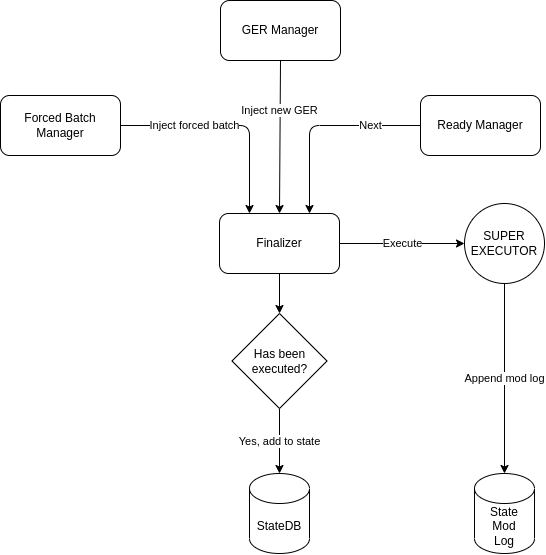
Above: docs/sequencer-finalizer.drawio.png in 0xPolygonHermez/zkevm-node (draw.io), before the change. Source tidied: cells renumbered, new cells last; positions are measured from the earlier drawing's top-left corner, leaving out a move shared by most shapes. Its diagram source:
```xml
<mxGraphModel>
  <root>
    <mxCell id="0" />
    <mxCell id="1" parent="0" />
    <mxCell id="2" value="State&lt;br&gt;Mod&lt;br&gt;Log" style="shape=cylinder3;whiteSpace=wrap;html=1;boundedLbl=1;backgroundOutline=1;size=15;" parent="1" vertex="1">
      <mxGeometry x="604" y="565" width="60" height="80" as="geometry" />
    </mxCell>
    <mxCell id="3" style="edgeStyle=none;rounded=1;html=1;exitX=0;exitY=0.75;exitDx=0;exitDy=0;entryX=1;entryY=0.5;entryDx=0;entryDy=0;entryPerimeter=0;" parent="1" edge="1" source="x">
      <mxGeometry relative="1" as="geometry">
        <mxPoint y="42.5" as="targetPoint" />
        <Array as="points">
          <mxPoint x="50" />
          <mxPoint x="50" y="42" />
        </Array>
      </mxGeometry>
    </mxCell>
    <mxCell id="4" value="Next" style="edgeStyle=none;rounded=1;html=1;exitX=0;exitY=0.5;exitDx=0;exitDy=0;entryX=0.75;entryY=0;entryDx=0;entryDy=0;" parent="1" edge="1" source="5" target="8">
      <mxGeometry x="-0.5" relative="1" as="geometry">
        <Array as="points">
          <mxPoint x="439" y="217" />
        </Array>
      </mxGeometry>
    </mxCell>
    <mxCell id="5" value="Ready Manager" style="rounded=1;whiteSpace=wrap;html=1;" parent="1" vertex="1">
      <mxGeometry x="550" y="187" width="120" height="60" as="geometry" />
    </mxCell>
    <mxCell id="6" value="Execute" style="edgeStyle=none;rounded=1;html=1;exitX=1;exitY=0.5;exitDx=0;exitDy=0;entryX=0;entryY=0.5;entryDx=0;entryDy=0;" parent="1" edge="1" source="8" target="10">
      <mxGeometry relative="1" as="geometry" />
    </mxCell>
    <mxCell id="7" style="edgeStyle=none;rounded=1;html=1;exitX=0.5;exitY=1;exitDx=0;exitDy=0;entryX=0.5;entryY=0;entryDx=0;entryDy=0;" parent="1" edge="1" source="8" target="12">
      <mxGeometry relative="1" as="geometry" />
    </mxCell>
    <mxCell id="8" value="Finalizer" style="rounded=1;whiteSpace=wrap;html=1;" parent="1" vertex="1">
      <mxGeometry x="349" y="305" width="120" height="60" as="geometry" />
    </mxCell>
    <mxCell id="9" value="Append mod log" style="edgeStyle=none;html=1;exitX=0.5;exitY=1;exitDx=0;exitDy=0;entryX=0.5;entryY=0;entryDx=0;entryDy=0;entryPerimeter=0;" parent="1" edge="1" source="10" target="2">
      <mxGeometry relative="1" as="geometry" />
    </mxCell>
    <mxCell id="10" value="SUPER&lt;br&gt;EXECUTOR" style="ellipse;whiteSpace=wrap;html=1;" parent="1" vertex="1">
      <mxGeometry x="594" y="295" width="80" height="80" as="geometry" />
    </mxCell>
    <mxCell id="11" value="Yes, add to state" style="edgeStyle=none;rounded=1;html=1;exitX=0.5;exitY=1;exitDx=0;exitDy=0;entryX=0.5;entryY=0;entryDx=0;entryDy=0;entryPerimeter=0;" parent="1" edge="1" source="12" target="13">
      <mxGeometry relative="1" as="geometry" />
    </mxCell>
    <mxCell id="12" value="Has been&lt;br&gt;executed?" style="rhombus;whiteSpace=wrap;html=1;" parent="1" vertex="1">
      <mxGeometry x="361.5" y="405" width="95" height="95" as="geometry" />
    </mxCell>
    <mxCell id="13" value="StateDB" style="shape=cylinder3;whiteSpace=wrap;html=1;boundedLbl=1;backgroundOutline=1;size=15;" parent="1" vertex="1">
      <mxGeometry x="379" y="565" width="60" height="80" as="geometry" />
    </mxCell>
    <mxCell id="14" value="Inject new GER" style="edgeStyle=none;html=1;exitX=0.5;exitY=1;exitDx=0;exitDy=0;entryX=0.5;entryY=0;entryDx=0;entryDy=0;" parent="1" edge="1" source="15" target="8">
      <mxGeometry x="-0.35" y="-1" relative="1" as="geometry" />
    </mxCell>
    <mxCell id="15" value="GER Manager" style="rounded=1;whiteSpace=wrap;html=1;" parent="1" vertex="1">
      <mxGeometry x="350" y="92" width="120" height="60" as="geometry" />
    </mxCell>
    <mxCell id="16" value="Inject forced batch" style="edgeStyle=none;rounded=1;html=1;exitX=1;exitY=0.5;exitDx=0;exitDy=0;entryX=0.25;entryY=0;entryDx=0;entryDy=0;" parent="1" edge="1" source="17" target="8">
      <mxGeometry x="-0.32" relative="1" as="geometry">
        <Array as="points">
          <mxPoint x="379" y="217" />
        </Array>
      </mxGeometry>
    </mxCell>
    <mxCell id="17" value="Forced Batch Manager" style="rounded=1;whiteSpace=wrap;html=1;" parent="1" vertex="1">
      <mxGeometry x="130" y="187" width="120" height="60" as="geometry" />
    </mxCell>
  </root>
</mxGraphModel>
```
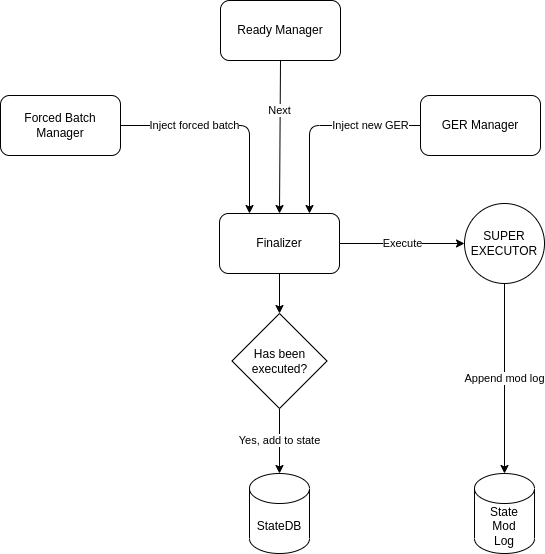
After the commit.

Change to the diagram source:
```diff
@@ -14,14 +14,14 @@
         </Array>
       </mxGeometry>
     </mxCell>
-    <mxCell id="4" value="Next" style="edgeStyle=none;rounded=1;html=1;exitX=0;exitY=0.5;exitDx=0;exitDy=0;entryX=0.75;entryY=0;entryDx=0;entryDy=0;" parent="1" edge="1" source="5" target="8">
+    <mxCell id="4" value="Inject new GER" style="edgeStyle=none;rounded=1;html=1;exitX=0;exitY=0.5;exitDx=0;exitDy=0;entryX=0.75;entryY=0;entryDx=0;entryDy=0;" parent="1" edge="1" source="5" target="8">
       <mxGeometry x="-0.5" relative="1" as="geometry">
         <Array as="points">
           <mxPoint x="439" y="217" />
         </Array>
       </mxGeometry>
     </mxCell>
-    <mxCell id="5" value="Ready Manager" style="rounded=1;whiteSpace=wrap;html=1;" parent="1" vertex="1">
+    <mxCell id="5" value="GER Manager" style="rounded=1;whiteSpace=wrap;html=1;" parent="1" vertex="1">
       <mxGeometry x="550" y="187" width="120" height="60" as="geometry" />
     </mxCell>
     <mxCell id="6" value="Execute" style="edgeStyle=none;rounded=1;html=1;exitX=1;exitY=0.5;exitDx=0;exitDy=0;entryX=0;entryY=0.5;entryDx=0;entryDy=0;" parent="1" edge="1" source="8" target="10">
@@ -48,10 +48,10 @@
     <mxCell id="13" value="StateDB" style="shape=cylinder3;whiteSpace=wrap;html=1;boundedLbl=1;backgroundOutline=1;size=15;" parent="1" vertex="1">
       <mxGeometry x="379" y="565" width="60" height="80" as="geometry" />
     </mxCell>
-    <mxCell id="14" value="Inject new GER" style="edgeStyle=none;html=1;exitX=0.5;exitY=1;exitDx=0;exitDy=0;entryX=0.5;entryY=0;entryDx=0;entryDy=0;" parent="1" edge="1" source="15" target="8">
+    <mxCell id="14" value="Next" style="edgeStyle=none;html=1;exitX=0.5;exitY=1;exitDx=0;exitDy=0;entryX=0.5;entryY=0;entryDx=0;entryDy=0;" parent="1" edge="1" source="15" target="8">
       <mxGeometry x="-0.35" y="-1" relative="1" as="geometry" />
     </mxCell>
-    <mxCell id="15" value="GER Manager" style="rounded=1;whiteSpace=wrap;html=1;" parent="1" vertex="1">
+    <mxCell id="15" value="Ready Manager" style="rounded=1;whiteSpace=wrap;html=1;" parent="1" vertex="1">
       <mxGeometry x="350" y="92" width="120" height="60" as="geometry" />
     </mxCell>
     <mxCell id="16" value="Inject forced batch" style="edgeStyle=none;rounded=1;html=1;exitX=1;exitY=0.5;exitDx=0;exitDy=0;entryX=0.25;entryY=0;entryDx=0;entryDy=0;" parent="1" edge="1" source="17" target="8">
```
